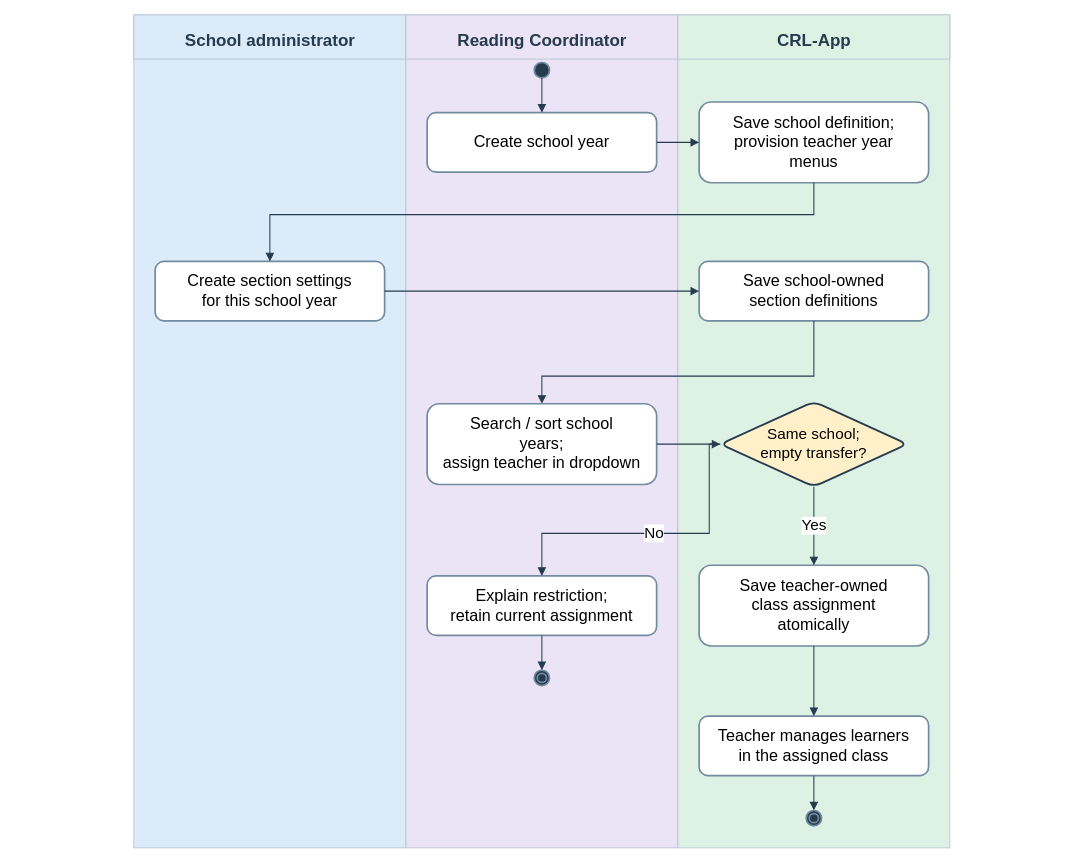
This is docs/diagrams/class-workspaces/figure-15-class-management.drawio from AkuSayangKamuJudaSayang/crl-app, a draw.io file, before an edit. Source tidied: cells renumbered, new cells numbered last; positions are measured from the earlier drawing's top-left corner, leaving out a move shared by most shapes. Both pictures are drawn from the tidied source at 85%, with x=0, y=0 at pixel (14, 14).
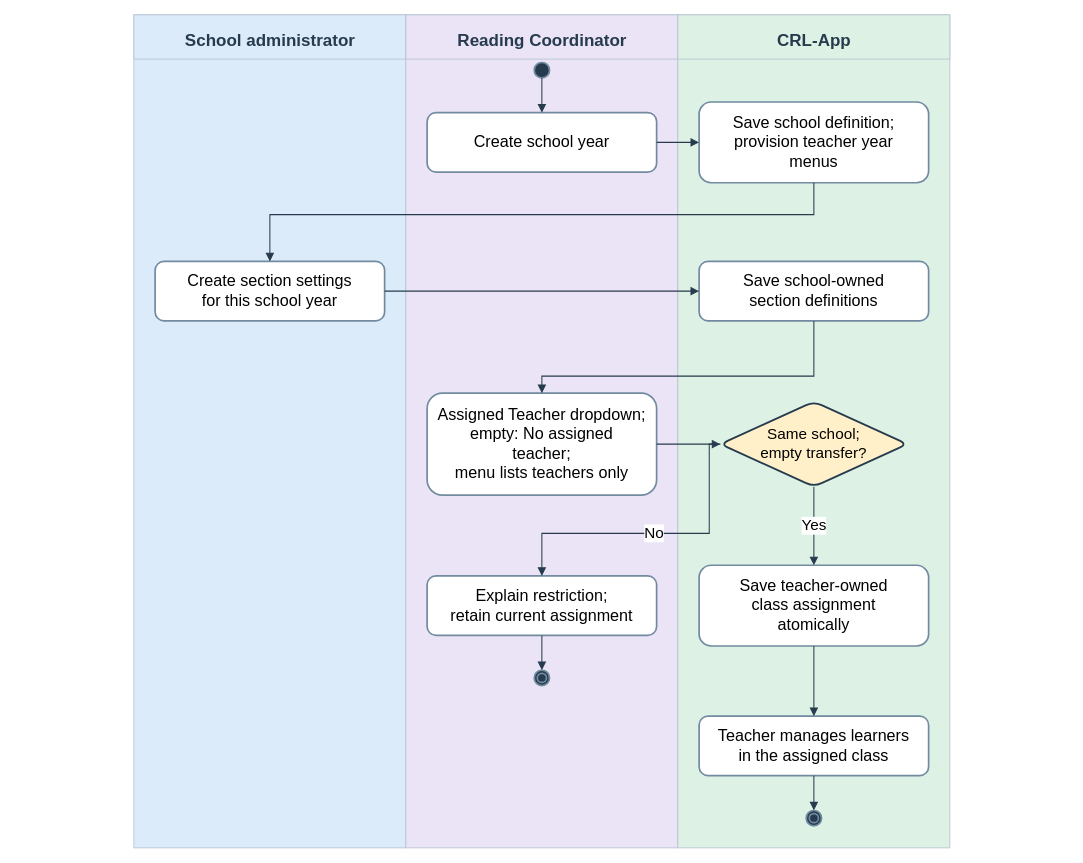
The same page after the edit.

The edit, as a diff of the source:
```diff
@@
-    <mxCell id="16" value="Search / sort school&lt;br&gt;years;&lt;br&gt;assign teacher in dropdown" style="rounded=1;whiteSpace=wrap;html=1;fontFamily=Arial;fillColor=#ffffff;strokeColor=#728ba0;strokeWidth=2;fontSize=19;" parent="1" vertex="1">
-      <mxGeometry x="485" y="457.5" width="270" height="95" as="geometry" />
+    <mxCell id="16" value="Assigned Teacher dropdown;&lt;br&gt;empty: No assigned&lt;br&gt;teacher;&lt;br&gt;menu lists teachers only" style="rounded=1;whiteSpace=wrap;html=1;fontFamily=Arial;fillColor=#ffffff;strokeColor=#728ba0;strokeWidth=2;fontSize=19;" parent="1" vertex="1">
+      <mxGeometry x="485" y="445" width="270" height="120" as="geometry" />
     </mxCell>
```
